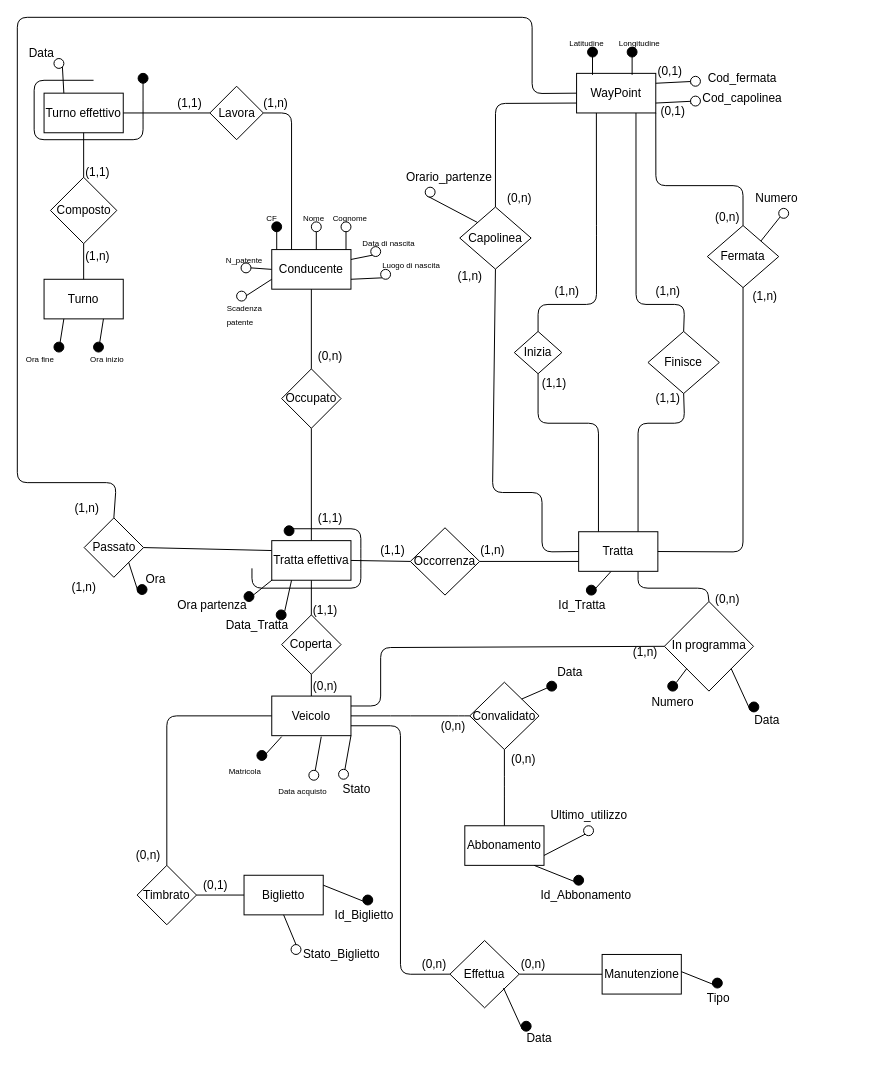
Before: Secondo ER ottimizzato.drawio in Ivan-Palm/Progetto-Basi-di-Dati, a draw.io diagram. Source tidied: cells renumbered, new cells numbered last; positions are measured from the earlier drawing's top-left corner, leaving out a move shared by most shapes. Both pictures are drawn from the tidied source at 99%, with x=0, y=0 at pixel (17, 17).
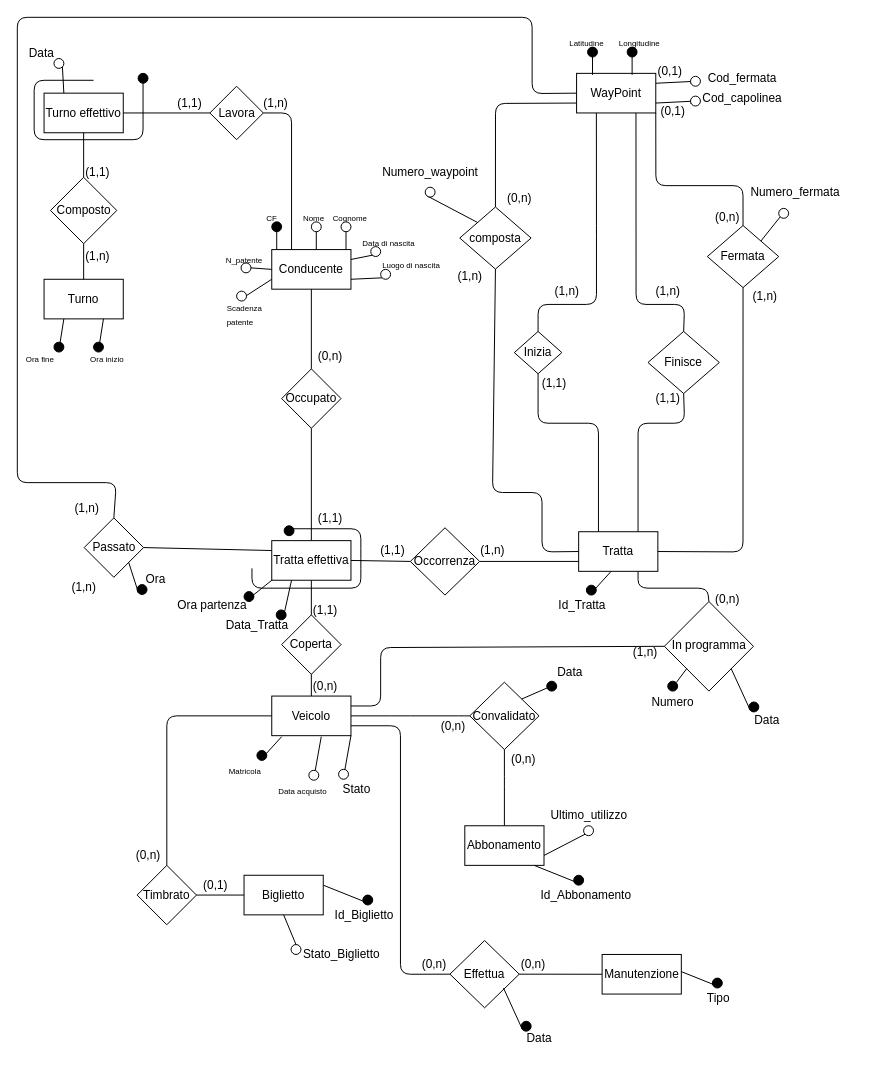
After the change.

Change to the diagram source:
```diff
@@
-    <mxCell id="172" value="Capolinea" style="rhombus;whiteSpace=wrap;html=1;" parent="1" vertex="1">
+    <mxCell id="172" value="composta" style="rhombus;whiteSpace=wrap;html=1;" parent="1" vertex="1">
       <mxGeometry x="446.9" y="191.6" width="72.1" height="62.7" as="geometry" />
     </mxCell>
@@
-    <mxCell id="175" value="Numero" style="text;html=1;align=left;verticalAlign=top;spacingTop=-4;" parent="1" vertex="1">
-      <mxGeometry x="744.1" y="173" width="60" height="20" as="geometry" />
+    <mxCell id="175" value="Numero_fermata" style="text;html=1;align=left;verticalAlign=top;spacingTop=-4;" parent="1" vertex="1">
+      <mxGeometry x="739" y="166.6" width="110" height="20" as="geometry" />
     </mxCell>
@@
-    <mxCell id="178" value="Orario_partenze" style="text;html=1;align=left;verticalAlign=top;spacingTop=-4;" parent="1" vertex="1">
-      <mxGeometry x="391" y="151.6" width="100" height="20" as="geometry" />
+    <mxCell id="178" value="Numero_waypoint" style="text;html=1;align=left;verticalAlign=top;spacingTop=-4;" parent="1" vertex="1">
+      <mxGeometry x="367" y="146.6" width="120" height="20" as="geometry" />
     </mxCell>
```
